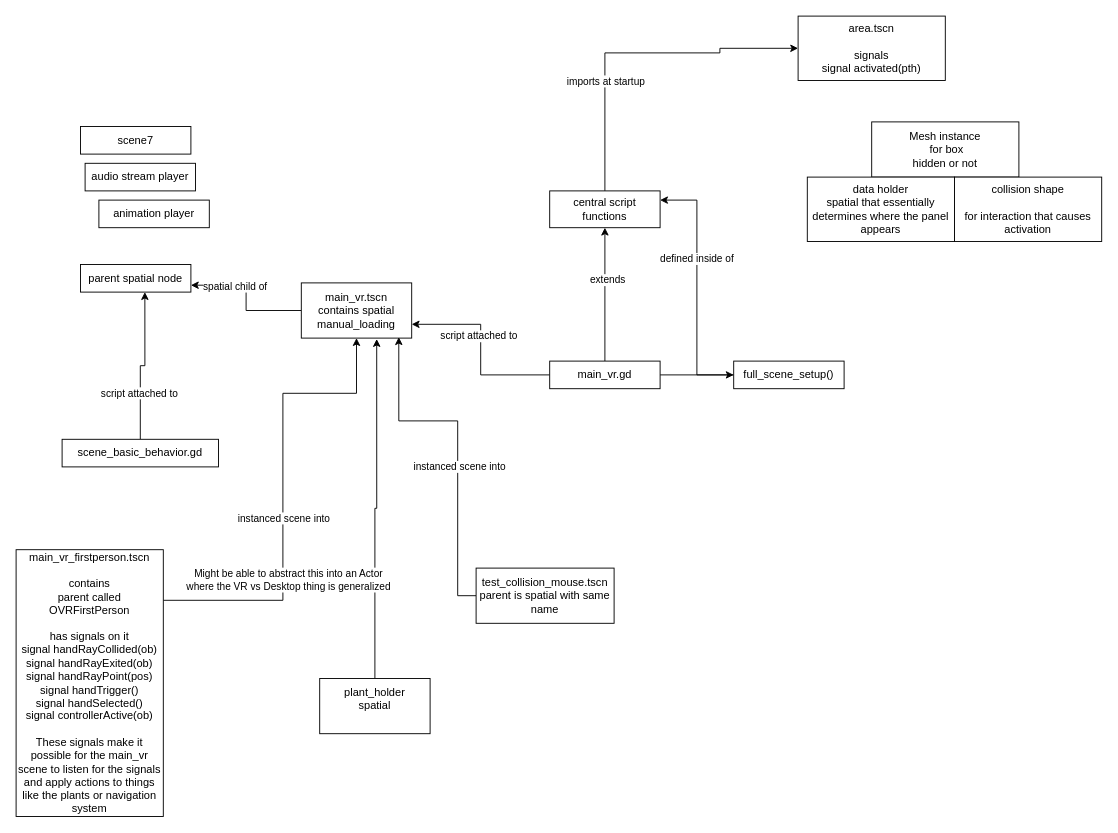
Before: diagrams/phyto_vr_components_relationship.drawio in DevinBayly/diagrams-net, a draw.io diagram. Source tidied: cells renumbered, new cells numbered last; positions are measured from the earlier drawing's top-left corner, leaving out a move shared by most shapes. Both pictures are drawn from the tidied source at 92%, with x=0, y=0 at pixel (16, 16).
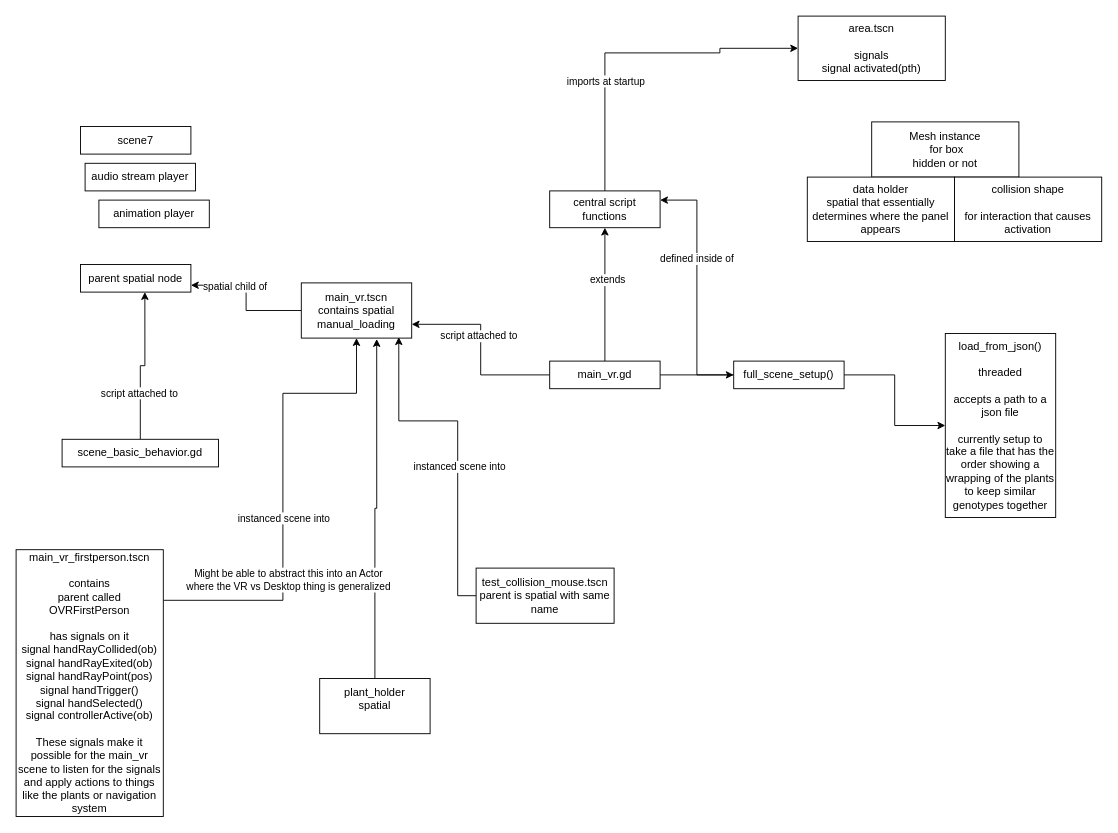
Above is the later version.

The change refers to these unchanged cells:
```xml
<mxCell id="21" value="full_scene_setup()" style="rounded=0;whiteSpace=wrap;html=1;fixedWidth=1;" parent="1" vertex="1">
  <mxGeometry x="780" y="375" width="120" height="30" as="geometry" />
</mxCell>
```

The edit, as a diff of the source:
```diff
@@
+    <mxCell id="38" style="edgeStyle=orthogonalEdgeStyle;rounded=0;jettySize=auto;html=1;" parent="1" edge="1" source="21" target="39">
+      <mxGeometry relative="1" as="geometry" />
+    </mxCell>
@@
+    <mxCell id="39" value="&lt;div&gt;load_from_json()&lt;/div&gt;&lt;div&gt;&lt;br&gt;&lt;/div&gt;&lt;div&gt;threaded&lt;/div&gt;&lt;div&gt;&lt;br&gt;&lt;/div&gt;&lt;div&gt;accepts a path to a json file&lt;/div&gt;&lt;div&gt;&lt;br&gt;&lt;/div&gt;&lt;div&gt;currently setup to take a file that has the order showing a wrapping of the plants to keep similar genotypes together&lt;br&gt;&lt;/div&gt;" style="rounded=0;whiteSpace=wrap;html=1;fixedWidth=1;" parent="1" vertex="1">
+      <mxGeometry x="1010" y="345" width="120" height="200" as="geometry" />
+    </mxCell>
```
